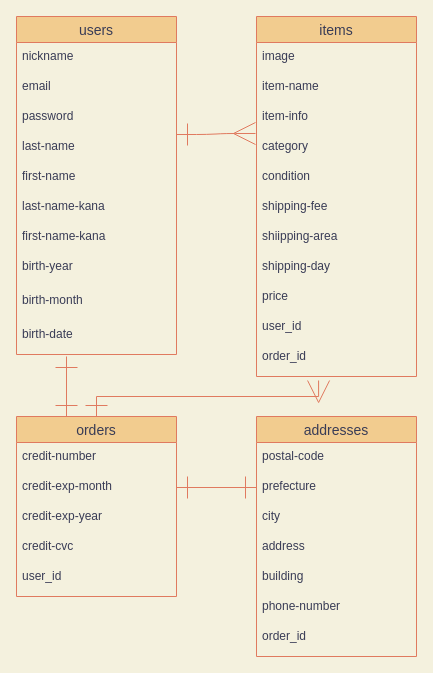
Before: ER.dio in pengin0805/furima-35236, a draw.io diagram. Source tidied: cells renumbered, new cells numbered last; positions are measured from the earlier drawing's top-left corner, leaving out a move shared by most shapes. Both pictures are drawn from the tidied source at 100%, with x=0, y=0 at pixel (16, 16).
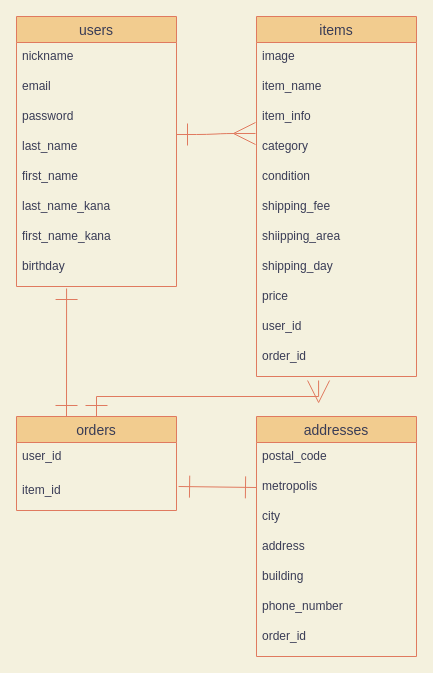
Above is the later version.

Commit message (it also covers changes not shown here):
ER図修正とitemsテーブルの-（ハイフン）を_（アンダーバー）へ変更

itemsテーブルの中身は問題ありませんでしょうか?

Unchanged cells that the change refers to:
```xml
<mxCell id="2" value="items" style="swimlane;fontStyle=0;horizontal=1;startSize=26;align=center;fontSize=14;fillColor=#F2CC8F;strokeColor=#E07A5F;fontColor=#393C56;" parent="1" vertex="1">
  <mxGeometry x="240" width="160" height="360" as="geometry" />
</mxCell>
<mxCell id="32" value="addresses" style="swimlane;fontStyle=0;horizontal=1;startSize=26;align=center;fontSize=14;fillColor=#F2CC8F;strokeColor=#E07A5F;fontColor=#393C56;" parent="1" vertex="1">
  <mxGeometry x="240" y="400" width="160" height="240" as="geometry" />
</mxCell>
```

What changed in the source:
```diff
@@
-    <mxCell id="4" value="item-name" style="text;strokeColor=none;fillColor=none;spacingLeft=4;spacingRight=4;overflow=hidden;fontSize=12;fontColor=#393C56;" parent="2" vertex="1">
+    <mxCell id="4" value="item_name" style="text;strokeColor=none;fillColor=none;spacingLeft=4;spacingRight=4;overflow=hidden;fontSize=12;fontColor=#393C56;" parent="2" vertex="1">
       <mxGeometry y="56" width="160" height="30" as="geometry" />
     </mxCell>
-    <mxCell id="5" value="item-info" style="text;strokeColor=none;fillColor=none;spacingLeft=4;spacingRight=4;overflow=hidden;fontSize=12;fontColor=#393C56;" parent="2" vertex="1">
+    <mxCell id="5" value="item_info" style="text;strokeColor=none;fillColor=none;spacingLeft=4;spacingRight=4;overflow=hidden;fontSize=12;fontColor=#393C56;" parent="2" vertex="1">
       <mxGeometry y="86" width="160" height="30" as="geometry" />
     </mxCell>
@@
-    <mxCell id="8" value="shipping-fee" style="text;strokeColor=none;fillColor=none;spacingLeft=4;spacingRight=4;overflow=hidden;fontSize=12;fontColor=#393C56;" parent="2" vertex="1">
+    <mxCell id="8" value="shipping_fee" style="text;strokeColor=none;fillColor=none;spacingLeft=4;spacingRight=4;overflow=hidden;fontSize=12;fontColor=#393C56;" parent="2" vertex="1">
       <mxGeometry y="176" width="160" height="30" as="geometry" />
     </mxCell>
-    <mxCell id="9" value="shiipping-area" style="text;strokeColor=none;fillColor=none;spacingLeft=4;spacingRight=4;overflow=hidden;fontSize=12;fontColor=#393C56;" parent="2" vertex="1">
+    <mxCell id="9" value="shiipping_area" style="text;strokeColor=none;fillColor=none;spacingLeft=4;spacingRight=4;overflow=hidden;fontSize=12;fontColor=#393C56;" parent="2" vertex="1">
       <mxGeometry y="206" width="160" height="30" as="geometry" />
     </mxCell>
-    <mxCell id="10" value="shipping-day" style="text;strokeColor=none;fillColor=none;spacingLeft=4;spacingRight=4;overflow=hidden;fontSize=12;fontColor=#393C56;" parent="2" vertex="1">
+    <mxCell id="10" value="shipping_day" style="text;strokeColor=none;fillColor=none;spacingLeft=4;spacingRight=4;overflow=hidden;fontSize=12;fontColor=#393C56;" parent="2" vertex="1">
       <mxGeometry y="236" width="160" height="30" as="geometry" />
     </mxCell>
@@
     <mxCell id="14" value="users" style="swimlane;fontStyle=0;horizontal=1;startSize=26;align=center;fontSize=14;fillColor=#F2CC8F;strokeColor=#E07A5F;fontColor=#393C56;" parent="1" vertex="1">
-      <mxGeometry width="160" height="338" as="geometry" />
+      <mxGeometry width="160" height="270" as="geometry" />
     </mxCell>
@@
-    <mxCell id="18" value="last-name" style="text;strokeColor=none;fillColor=none;spacingLeft=4;spacingRight=4;overflow=hidden;fontSize=12;fontColor=#393C56;" parent="14" vertex="1">
+    <mxCell id="18" value="last_name" style="text;strokeColor=none;fillColor=none;spacingLeft=4;spacingRight=4;overflow=hidden;fontSize=12;fontColor=#393C56;" parent="14" vertex="1">
       <mxGeometry y="116" width="160" height="30" as="geometry" />
     </mxCell>
-    <mxCell id="19" value="first-name" style="text;strokeColor=none;fillColor=none;spacingLeft=4;spacingRight=4;overflow=hidden;fontSize=12;fontColor=#393C56;" parent="14" vertex="1">
+    <mxCell id="19" value="first_name" style="text;strokeColor=none;fillColor=none;spacingLeft=4;spacingRight=4;overflow=hidden;fontSize=12;fontColor=#393C56;" parent="14" vertex="1">
       <mxGeometry y="146" width="160" height="30" as="geometry" />
     </mxCell>
-    <mxCell id="20" value="last-name-kana" style="text;strokeColor=none;fillColor=none;spacingLeft=4;spacingRight=4;overflow=hidden;fontSize=12;fontColor=#393C56;" parent="14" vertex="1">
+    <mxCell id="20" value="last_name_kana" style="text;strokeColor=none;fillColor=none;spacingLeft=4;spacingRight=4;overflow=hidden;fontSize=12;fontColor=#393C56;" parent="14" vertex="1">
       <mxGeometry y="176" width="160" height="30" as="geometry" />
     </mxCell>
-    <mxCell id="21" value="first-name-kana" style="text;strokeColor=none;fillColor=none;spacingLeft=4;spacingRight=4;overflow=hidden;fontSize=12;fontColor=#393C56;" parent="14" vertex="1">
+    <mxCell id="21" value="first_name_kana" style="text;strokeColor=none;fillColor=none;spacingLeft=4;spacingRight=4;overflow=hidden;fontSize=12;fontColor=#393C56;" parent="14" vertex="1">
       <mxGeometry y="206" width="160" height="30" as="geometry" />
     </mxCell>
-    <mxCell id="22" value="birth-year" style="text;strokeColor=none;fillColor=none;spacingLeft=4;spacingRight=4;overflow=hidden;points=[[0,0.5],[1,0.5]];portConstraint=eastwest;fontSize=12;fontColor=#393C56;" parent="14" vertex="1">
+    <mxCell id="22" value="birthday" style="text;strokeColor=none;fillColor=none;spacingLeft=4;spacingRight=4;overflow=hidden;points=[[0,0.5],[1,0.5]];portConstraint=eastwest;fontSize=12;fontColor=#393C56;" parent="14" vertex="1">
       <mxGeometry y="236" width="160" height="34" as="geometry" />
     </mxCell>
-    <mxCell id="23" value="birth-month" style="text;strokeColor=none;fillColor=none;spacingLeft=4;spacingRight=4;overflow=hidden;fontSize=12;fontColor=#393C56;" parent="14" vertex="1">
-      <mxGeometry y="270" width="160" height="34" as="geometry" />
-    </mxCell>
-    <mxCell id="24" value="birth-date" style="text;strokeColor=none;fillColor=none;spacingLeft=4;spacingRight=4;overflow=hidden;fontSize=12;fontColor=#393C56;" parent="14" vertex="1">
-      <mxGeometry y="304" width="160" height="34" as="geometry" />
-    </mxCell>
@@
     <mxCell id="26" value="orders" style="swimlane;fontStyle=0;horizontal=1;startSize=26;align=center;fontSize=14;fillColor=#F2CC8F;strokeColor=#E07A5F;fontColor=#393C56;" parent="1" vertex="1">
-      <mxGeometry y="400" width="160" height="180" as="geometry" />
+      <mxGeometry y="400" width="160" height="94" as="geometry" />
     </mxCell>
-    <mxCell id="27" value="credit-number" style="text;strokeColor=none;fillColor=none;spacingLeft=4;spacingRight=4;overflow=hidden;fontSize=12;fontColor=#393C56;" parent="26" vertex="1">
-      <mxGeometry y="26" width="160" height="30" as="geometry" />
-    </mxCell>
-    <mxCell id="28" value="credit-exp-month" style="text;strokeColor=none;fillColor=none;spacingLeft=4;spacingRight=4;overflow=hidden;points=[[0,0.5],[1,0.5]];portConstraint=eastwest;fontSize=12;fontColor=#393C56;" parent="26" vertex="1">
-      <mxGeometry y="56" width="160" height="30" as="geometry" />
-    </mxCell>
-    <mxCell id="29" value="credit-exp-year" style="text;strokeColor=none;fillColor=none;spacingLeft=4;spacingRight=4;overflow=hidden;fontSize=12;fontColor=#393C56;" parent="26" vertex="1">
-      <mxGeometry y="86" width="160" height="30" as="geometry" />
-    </mxCell>
-    <mxCell id="30" value="credit-cvc" style="text;strokeColor=none;fillColor=none;spacingLeft=4;spacingRight=4;overflow=hidden;fontSize=12;fontColor=#393C56;" parent="26" vertex="1">
-      <mxGeometry y="116" width="160" height="30" as="geometry" />
-    </mxCell>
+    <mxCell id="43" value="user_id" style="text;strokeColor=none;fillColor=none;spacingLeft=4;spacingRight=4;overflow=hidden;fontSize=12;fontColor=#393C56;" parent="26" vertex="1">
+      <mxGeometry y="26" width="160" height="34" as="geometry" />
+    </mxCell>
-    <mxCell id="31" value="user_id" style="text;strokeColor=none;fillColor=none;spacingLeft=4;spacingRight=4;overflow=hidden;points=[[0,0.5],[1,0.5]];portConstraint=eastwest;fontSize=12;fontColor=#393C56;" parent="26" vertex="1">
-      <mxGeometry y="146" width="160" height="34" as="geometry" />
+    <mxCell id="31" value="item_id" style="text;strokeColor=none;fillColor=none;spacingLeft=4;spacingRight=4;overflow=hidden;points=[[0,0.5],[1,0.5]];portConstraint=eastwest;fontSize=12;fontColor=#393C56;" parent="26" vertex="1">
+      <mxGeometry y="60" width="160" height="34" as="geometry" />
     </mxCell>
@@
-    <mxCell id="33" value="postal-code" style="text;strokeColor=none;fillColor=none;spacingLeft=4;spacingRight=4;overflow=hidden;fontSize=12;fontColor=#393C56;" parent="32" vertex="1">
+    <mxCell id="33" value="postal_code" style="text;strokeColor=none;fillColor=none;spacingLeft=4;spacingRight=4;overflow=hidden;fontSize=12;fontColor=#393C56;" parent="32" vertex="1">
       <mxGeometry y="26" width="160" height="30" as="geometry" />
     </mxCell>
-    <mxCell id="34" value="prefecture" style="text;strokeColor=none;fillColor=none;spacingLeft=4;spacingRight=4;overflow=hidden;points=[[0,0.5],[1,0.5]];portConstraint=eastwest;fontSize=12;fontColor=#393C56;" parent="32" vertex="1">
+    <mxCell id="34" value="metropolis" style="text;strokeColor=none;fillColor=none;spacingLeft=4;spacingRight=4;overflow=hidden;points=[[0,0.5],[1,0.5]];portConstraint=eastwest;fontSize=12;fontColor=#393C56;" parent="32" vertex="1">
       <mxGeometry y="56" width="160" height="30" as="geometry" />
     </mxCell>
@@
-    <mxCell id="38" value="phone-number" style="text;strokeColor=none;fillColor=none;spacingLeft=4;spacingRight=4;overflow=hidden;fontSize=12;fontColor=#393C56;" parent="32" vertex="1">
+    <mxCell id="38" value="phone_number" style="text;strokeColor=none;fillColor=none;spacingLeft=4;spacingRight=4;overflow=hidden;fontSize=12;fontColor=#393C56;" parent="32" vertex="1">
       <mxGeometry y="176" width="160" height="30" as="geometry" />
     </mxCell>
@@
-    <mxCell id="41" style="endArrow=ERone;html=1;rounded=0;startArrow=ERone;startFill=0;endFill=0;endSize=20;startSize=20;labelBackgroundColor=#F4F1DE;strokeColor=#E07A5F;fontColor=#393C56;" parent="1" edge="1">
+    <mxCell id="41" style="endArrow=ERone;html=1;rounded=0;startArrow=ERone;startFill=0;endFill=0;endSize=20;startSize=20;labelBackgroundColor=#F4F1DE;strokeColor=#E07A5F;fontColor=#393C56;entryX=0.313;entryY=1.059;entryDx=0;entryDy=0;entryPerimeter=0;" parent="1" edge="1" target="22">
       <mxGeometry relative="1" as="geometry">
         <mxPoint x="50" y="400" as="sourcePoint" />
-        <mxPoint x="50" y="340" as="targetPoint" />
         <Array as="points">
           <mxPoint x="50" y="400" />
         </Array>
       </mxGeometry>
     </mxCell>
-    <mxCell id="42" style="endArrow=ERone;html=1;rounded=0;startArrow=ERone;startFill=0;endFill=0;endSize=20;startSize=20;entryX=1;entryY=0.5;entryDx=0;entryDy=0;exitX=0;exitY=0.5;exitDx=0;exitDy=0;labelBackgroundColor=#F4F1DE;strokeColor=#E07A5F;fontColor=#393C56;" parent="1" edge="1" source="34" target="28">
+    <mxCell id="42" style="endArrow=ERone;html=1;rounded=0;startArrow=ERone;startFill=0;endFill=0;endSize=20;startSize=20;entryX=1.013;entryY=0.294;entryDx=0;entryDy=0;exitX=0;exitY=0.5;exitDx=0;exitDy=0;labelBackgroundColor=#F4F1DE;strokeColor=#E07A5F;fontColor=#393C56;entryPerimeter=0;" parent="1" edge="1" source="34" target="31">
       <mxGeometry relative="1" as="geometry" />
     </mxCell>
```
